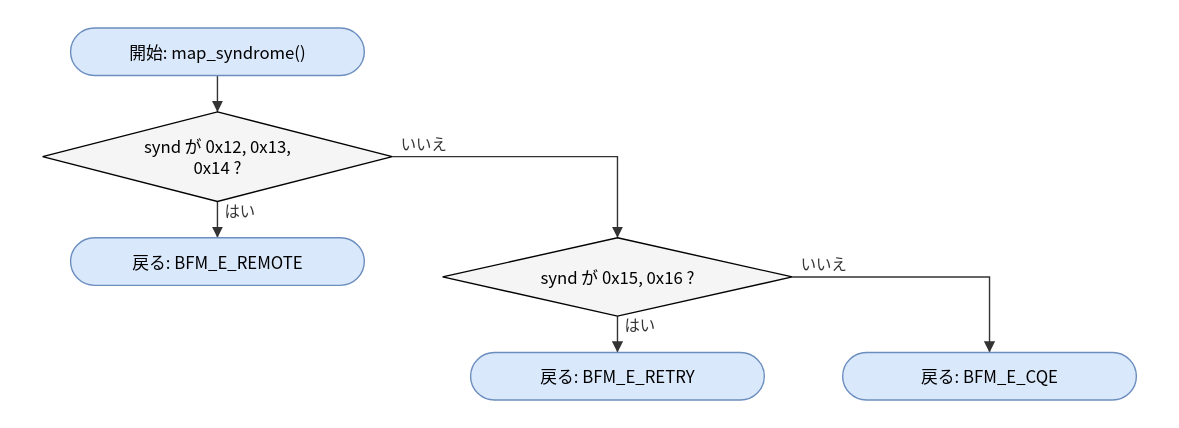
Before: doc/spec/images/flow_src_bfm_ops__map_syndrome.drawio.svg, a diagram exported from draw.io (hf355051012-ai/bfmem). Source tidied: cells renumbered, new cells last; positions are measured from the earlier drawing's top-left corner, leaving out a move shared by most shapes. Its diagram source:
```xml
<mxGraphModel>
  <root>
    <mxCell id="0" />
    <mxCell id="1" parent="0" />
    <mxCell id="2" value="開始: map_syndrome()" style="rounded=1;arcSize=50;whiteSpace=wrap;html=1;fillColor=#dae8fc;strokeColor=#6c8ebf;" parent="1" vertex="1">
      <mxGeometry x="20" width="210" height="34" as="geometry" />
    </mxCell>
    <mxCell id="3" value="synd が 0x12, 0x13,&lt;br&gt;0x14 ?" style="rhombus;whiteSpace=wrap;html=1;fillColor=#f5f5f5;" parent="1" vertex="1">
      <mxGeometry y="60" width="250" height="64" as="geometry" />
    </mxCell>
    <mxCell id="4" value="戻る: BFM_E_REMOTE" style="rounded=1;arcSize=50;whiteSpace=wrap;html=1;fillColor=#dae8fc;strokeColor=#6c8ebf;" parent="1" vertex="1">
      <mxGeometry x="20" y="150" width="210" height="34" as="geometry" />
    </mxCell>
    <mxCell id="5" value="synd が 0x15, 0x16 ?" style="rhombus;whiteSpace=wrap;html=1;fillColor=#f5f5f5;" parent="1" vertex="1">
      <mxGeometry x="286" y="150" width="250" height="56" as="geometry" />
    </mxCell>
    <mxCell id="6" value="戻る: BFM_E_RETRY" style="rounded=1;arcSize=50;whiteSpace=wrap;html=1;fillColor=#dae8fc;strokeColor=#6c8ebf;" parent="1" vertex="1">
      <mxGeometry x="306" y="232" width="210" height="34" as="geometry" />
    </mxCell>
    <mxCell id="7" value="戻る: BFM_E_CQE" style="rounded=1;arcSize=50;whiteSpace=wrap;html=1;fillColor=#dae8fc;strokeColor=#6c8ebf;" parent="1" vertex="1">
      <mxGeometry x="572" y="232" width="210" height="34" as="geometry" />
    </mxCell>
    <mxCell id="8" style="edgeStyle=none;html=1;rounded=0;endArrow=block;endFill=1;exitX=0.5000;exitY=1.0000;exitDx=0;exitDy=0;exitPerimeter=0;entryX=0.5000;entryY=0.0000;entryDx=0;entryDy=0;entryPerimeter=0;" parent="1" edge="1" source="2" target="3">
      <mxGeometry relative="1" as="geometry" />
    </mxCell>
    <mxCell id="9" value="はい" style="edgeStyle=none;html=1;rounded=0;endArrow=block;endFill=1;exitX=0.5000;exitY=1.0000;exitDx=0;exitDy=0;exitPerimeter=0;entryX=0.5000;entryY=0.0000;entryDx=0;entryDy=0;entryPerimeter=0;" parent="1" edge="1" source="3" target="4">
      <mxGeometry relative="1" as="geometry" />
    </mxCell>
    <mxCell id="10" value="いいえ" style="edgeStyle=none;html=1;rounded=0;endArrow=block;endFill=1;exitX=1.0000;exitY=0.5000;exitDx=0;exitDy=0;exitPerimeter=0;entryX=0.5000;entryY=0.0000;entryDx=0;entryDy=0;entryPerimeter=0;" parent="1" edge="1" source="3" target="5">
      <mxGeometry relative="1" as="geometry">
        <Array as="points">
          <mxPoint x="411" y="92" />
        </Array>
      </mxGeometry>
    </mxCell>
    <mxCell id="11" value="はい" style="edgeStyle=none;html=1;rounded=0;endArrow=block;endFill=1;exitX=0.5000;exitY=1.0000;exitDx=0;exitDy=0;exitPerimeter=0;entryX=0.5000;entryY=0.0000;entryDx=0;entryDy=0;entryPerimeter=0;" parent="1" edge="1" source="5" target="6">
      <mxGeometry relative="1" as="geometry" />
    </mxCell>
    <mxCell id="12" value="いいえ" style="edgeStyle=none;html=1;rounded=0;endArrow=block;endFill=1;exitX=1.0000;exitY=0.5000;exitDx=0;exitDy=0;exitPerimeter=0;entryX=0.5000;entryY=0.0000;entryDx=0;entryDy=0;entryPerimeter=0;" parent="1" edge="1" source="5" target="7">
      <mxGeometry relative="1" as="geometry">
        <Array as="points">
          <mxPoint x="677" y="178" />
        </Array>
      </mxGeometry>
    </mxCell>
  </root>
</mxGraphModel>
```
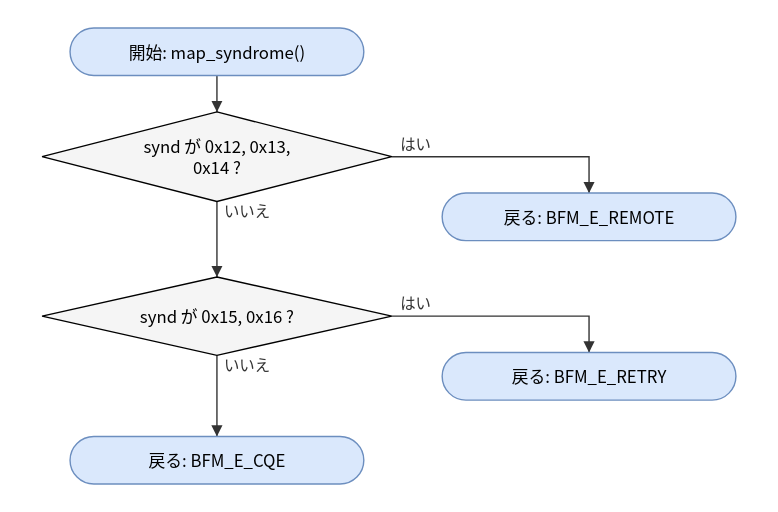
After the commit.

The edit, as a diff of the source:
```diff
@@ -9,39 +9,39 @@
       <mxGeometry y="60" width="250" height="64" as="geometry" />
     </mxCell>
     <mxCell id="4" value="戻る: BFM_E_REMOTE" style="rounded=1;arcSize=50;whiteSpace=wrap;html=1;fillColor=#dae8fc;strokeColor=#6c8ebf;" parent="1" vertex="1">
-      <mxGeometry x="20" y="150" width="210" height="34" as="geometry" />
+      <mxGeometry x="286" y="118" width="210" height="34" as="geometry" />
     </mxCell>
     <mxCell id="5" value="synd が 0x15, 0x16 ?" style="rhombus;whiteSpace=wrap;html=1;fillColor=#f5f5f5;" parent="1" vertex="1">
-      <mxGeometry x="286" y="150" width="250" height="56" as="geometry" />
+      <mxGeometry y="178" width="250" height="56" as="geometry" />
     </mxCell>
     <mxCell id="6" value="戻る: BFM_E_RETRY" style="rounded=1;arcSize=50;whiteSpace=wrap;html=1;fillColor=#dae8fc;strokeColor=#6c8ebf;" parent="1" vertex="1">
-      <mxGeometry x="306" y="232" width="210" height="34" as="geometry" />
+      <mxGeometry x="286" y="232" width="210" height="34" as="geometry" />
     </mxCell>
     <mxCell id="7" value="戻る: BFM_E_CQE" style="rounded=1;arcSize=50;whiteSpace=wrap;html=1;fillColor=#dae8fc;strokeColor=#6c8ebf;" parent="1" vertex="1">
-      <mxGeometry x="572" y="232" width="210" height="34" as="geometry" />
+      <mxGeometry x="20" y="292" width="210" height="34" as="geometry" />
     </mxCell>
     <mxCell id="8" style="edgeStyle=none;html=1;rounded=0;endArrow=block;endFill=1;exitX=0.5000;exitY=1.0000;exitDx=0;exitDy=0;exitPerimeter=0;entryX=0.5000;entryY=0.0000;entryDx=0;entryDy=0;entryPerimeter=0;" parent="1" edge="1" source="2" target="3">
       <mxGeometry relative="1" as="geometry" />
     </mxCell>
-    <mxCell id="9" value="はい" style="edgeStyle=none;html=1;rounded=0;endArrow=block;endFill=1;exitX=0.5000;exitY=1.0000;exitDx=0;exitDy=0;exitPerimeter=0;entryX=0.5000;entryY=0.0000;entryDx=0;entryDy=0;entryPerimeter=0;" parent="1" edge="1" source="3" target="4">
-      <mxGeometry relative="1" as="geometry" />
+    <mxCell id="9" value="はい" style="edgeStyle=none;html=1;rounded=0;endArrow=block;endFill=1;exitX=1.0000;exitY=0.5000;exitDx=0;exitDy=0;exitPerimeter=0;entryX=0.5000;entryY=0.0000;entryDx=0;entryDy=0;entryPerimeter=0;" parent="1" edge="1" source="3" target="4">
+      <mxGeometry relative="1" as="geometry">
+        <Array as="points">
+          <mxPoint x="391" y="92" />
+        </Array>
+      </mxGeometry>
     </mxCell>
-    <mxCell id="10" value="いいえ" style="edgeStyle=none;html=1;rounded=0;endArrow=block;endFill=1;exitX=1.0000;exitY=0.5000;exitDx=0;exitDy=0;exitPerimeter=0;entryX=0.5000;entryY=0.0000;entryDx=0;entryDy=0;entryPerimeter=0;" parent="1" edge="1" source="3" target="5">
-      <mxGeometry relative="1" as="geometry">
-        <Array as="points">
-          <mxPoint x="411" y="92" />
-        </Array>
-      </mxGeometry>
+    <mxCell id="10" value="いいえ" style="edgeStyle=none;html=1;rounded=0;endArrow=block;endFill=1;exitX=0.5000;exitY=1.0000;exitDx=0;exitDy=0;exitPerimeter=0;entryX=0.5000;entryY=0.0000;entryDx=0;entryDy=0;entryPerimeter=0;" parent="1" edge="1" source="3" target="5">
+      <mxGeometry relative="1" as="geometry" />
     </mxCell>
-    <mxCell id="11" value="はい" style="edgeStyle=none;html=1;rounded=0;endArrow=block;endFill=1;exitX=0.5000;exitY=1.0000;exitDx=0;exitDy=0;exitPerimeter=0;entryX=0.5000;entryY=0.0000;entryDx=0;entryDy=0;entryPerimeter=0;" parent="1" edge="1" source="5" target="6">
-      <mxGeometry relative="1" as="geometry" />
+    <mxCell id="11" value="はい" style="edgeStyle=none;html=1;rounded=0;endArrow=block;endFill=1;exitX=1.0000;exitY=0.5000;exitDx=0;exitDy=0;exitPerimeter=0;entryX=0.5000;entryY=0.0000;entryDx=0;entryDy=0;entryPerimeter=0;" parent="1" edge="1" source="5" target="6">
+      <mxGeometry relative="1" as="geometry">
+        <Array as="points">
+          <mxPoint x="391" y="206" />
+        </Array>
+      </mxGeometry>
     </mxCell>
-    <mxCell id="12" value="いいえ" style="edgeStyle=none;html=1;rounded=0;endArrow=block;endFill=1;exitX=1.0000;exitY=0.5000;exitDx=0;exitDy=0;exitPerimeter=0;entryX=0.5000;entryY=0.0000;entryDx=0;entryDy=0;entryPerimeter=0;" parent="1" edge="1" source="5" target="7">
-      <mxGeometry relative="1" as="geometry">
-        <Array as="points">
-          <mxPoint x="677" y="178" />
-        </Array>
-      </mxGeometry>
+    <mxCell id="12" value="いいえ" style="edgeStyle=none;html=1;rounded=0;endArrow=block;endFill=1;exitX=0.5000;exitY=1.0000;exitDx=0;exitDy=0;exitPerimeter=0;entryX=0.5000;entryY=0.0000;entryDx=0;entryDy=0;entryPerimeter=0;" parent="1" edge="1" source="5" target="7">
+      <mxGeometry relative="1" as="geometry" />
     </mxCell>
   </root>
 </mxGraphModel>
```
